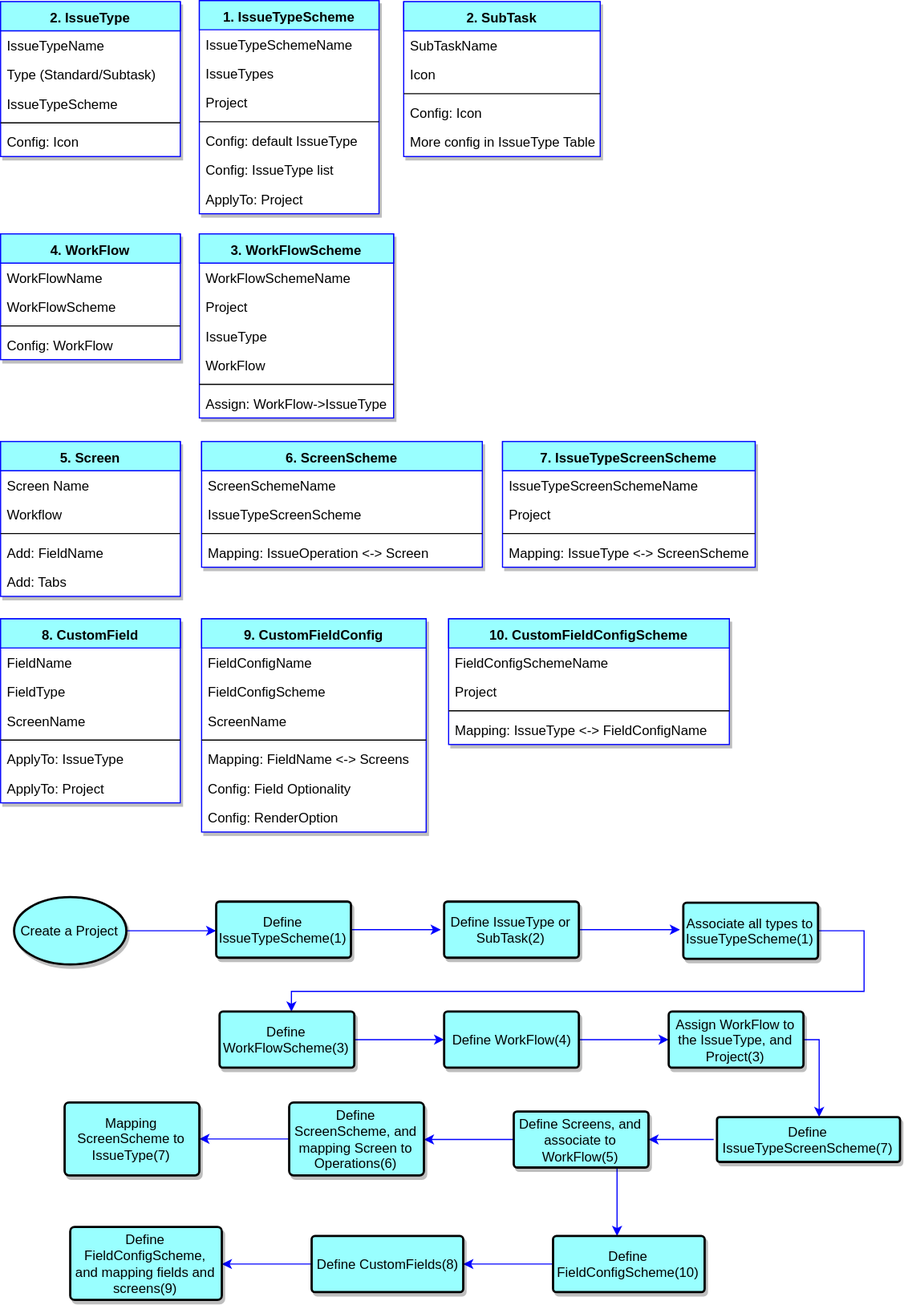
The draw.io diagram JiraWorkFlowConfigDiagram(2017.11.14).svg in havenqi/Draw.io, before a commit. Source tidied: cells renumbered, new cells last; positions are measured from the earlier drawing's top-left corner, leaving out a move shared by most shapes.
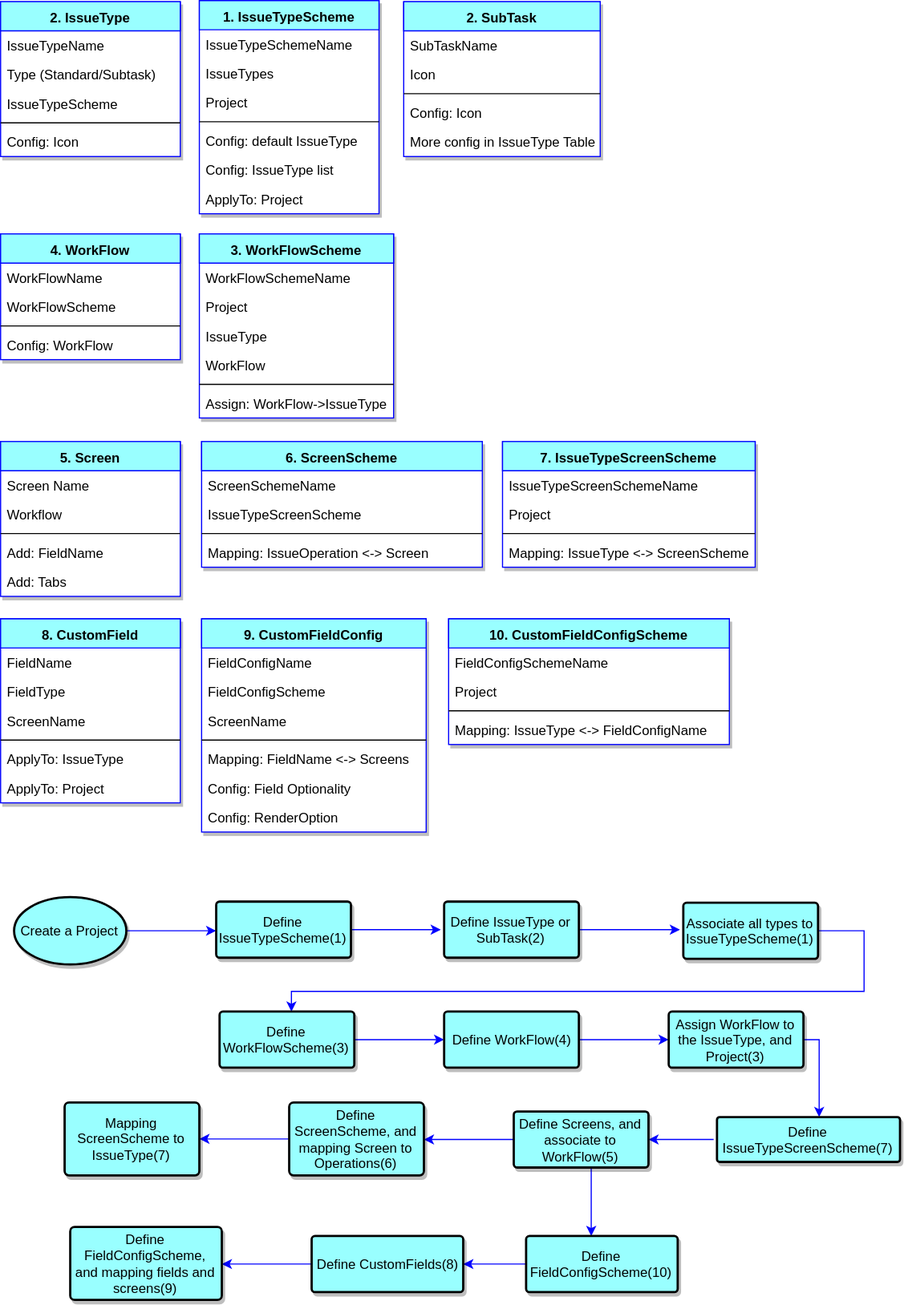
The same file after the commit.

What changed in the source:
```diff
@@ -276,11 +276,13 @@
     <mxCell id="86" style="edgeStyle=orthogonalEdgeStyle;rounded=0;html=1;jettySize=auto;strokeColor=#0000FF;" parent="1" edge="1" source="88" target="95">
       <mxGeometry relative="1" as="geometry" />
     </mxCell>
-    <mxCell id="87" style="edgeStyle=orthogonalEdgeStyle;rounded=0;html=1;jettySize=auto;strokeColor=#0000FF;" parent="1" edge="1" source="88" target="90">
+    <mxCell id="87" style="edgeStyle=orthogonalEdgeStyle;rounded=0;html=1;jettySize=auto;orthogonalLoop=1;strokeColor=#0000FF;" parent="1" edge="1">
       <mxGeometry relative="1" as="geometry">
+        <mxPoint x="526" y="1040" as="sourcePoint" />
+        <mxPoint x="526" y="1101" as="targetPoint" />
         <Array as="points">
-          <mxPoint x="549" y="1063" />
-          <mxPoint x="549" y="1063" />
+          <mxPoint x="526" y="1063" />
+          <mxPoint x="526" y="1063" />
         </Array>
       </mxGeometry>
     </mxCell>
@@ -291,7 +293,7 @@
       <mxGeometry relative="1" as="geometry" />
     </mxCell>
     <mxCell id="90" value="Define FieldConfigScheme(10)" style="strokeWidth=2;html=1;shape=mxgraph.flowchart.process;whiteSpace=wrap;shadow=1;fillColor=#99FFFF;align=center;" parent="1" vertex="1">
-      <mxGeometry x="492" y="1101" width="135" height="50" as="geometry" />
+      <mxGeometry x="468" y="1101" width="135" height="50" as="geometry" />
     </mxCell>
     <mxCell id="91" style="edgeStyle=orthogonalEdgeStyle;rounded=0;html=1;jettySize=auto;strokeColor=#0000FF;" parent="1" edge="1" source="92" target="93">
       <mxGeometry relative="1" as="geometry" />
```
